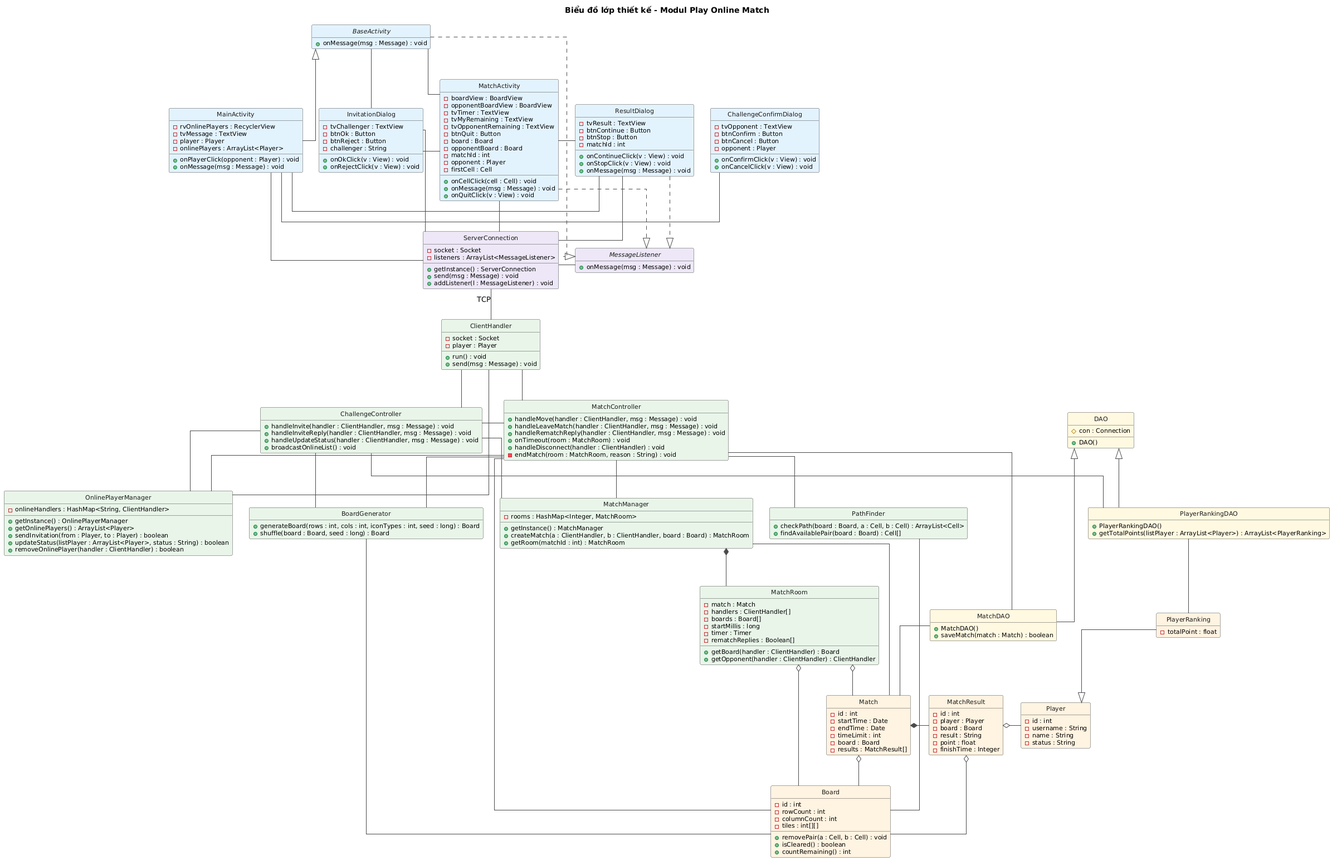
Above: docs/uml/pha3/class-design-m4.png in VattenL/mobile-pikachu (PlantUML), before the change.
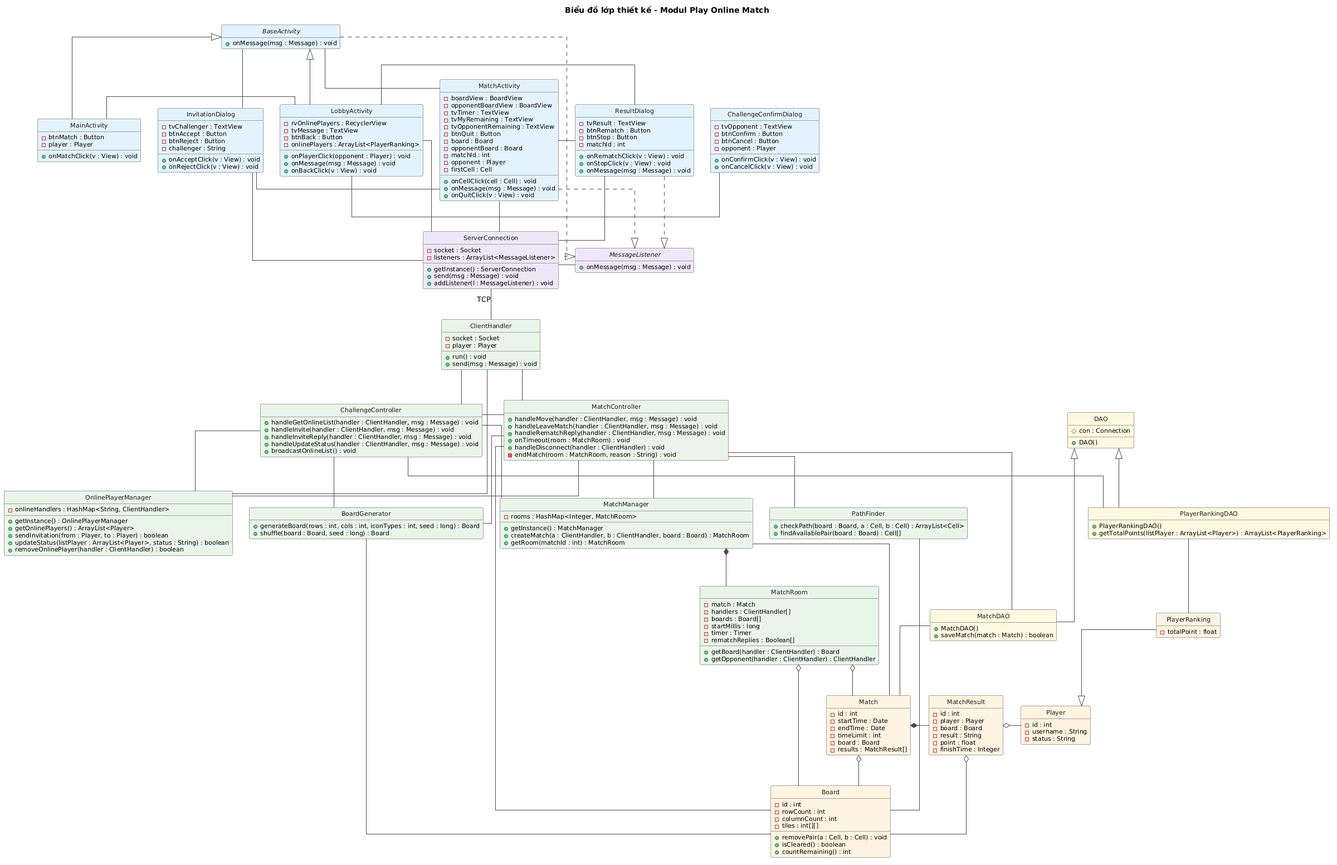
Later version of the same file.

Change to the diagram source:
```diff
@@ -29,20 +29,27 @@
 }
 
 class MainActivity #E3F2FD {
+  - btnMatch : Button
+  - player : Player
+  + onMatchClick(v : View) : void
+}
+
+class LobbyActivity #E3F2FD {
   - rvOnlinePlayers : RecyclerView
   - tvMessage : TextView
-  - player : Player
-  - onlinePlayers : ArrayList<Player>
+  - btnBack : Button
+  - onlinePlayers : ArrayList<PlayerRanking>
   + onPlayerClick(opponent : Player) : void
   + onMessage(msg : Message) : void
+  + onBackClick(v : View) : void
 }
 
 class InvitationDialog #E3F2FD {
   - tvChallenger : TextView
-  - btnOk : Button
+  - btnAccept : Button
   - btnReject : Button
   - challenger : String
-  + onOkClick(v : View) : void
+  + onAcceptClick(v : View) : void
   + onRejectClick(v : View) : void
 }
 
@@ -65,10 +72,10 @@
 
 class ResultDialog #E3F2FD {
   - tvResult : TextView
-  - btnContinue : Button
+  - btnRematch : Button
   - btnStop : Button
   - matchId : int
-  + onContinueClick(v : View) : void
+  + onRematchClick(v : View) : void
   + onStopClick(v : View) : void
   + onMessage(msg : Message) : void
 }
@@ -93,6 +100,7 @@
 }
 
 class ChallengeController #E8F5E9 {
+  + handleGetOnlineList(handler : ClientHandler, msg : Message) : void
   + handleInvite(handler : ClientHandler, msg : Message) : void
   + handleInviteReply(handler : ClientHandler, msg : Message) : void
   + handleUpdateStatus(handler : ClientHandler, msg : Message) : void
@@ -163,7 +171,6 @@
 class Player #FFF3E0 {
   - id : int
   - username : String
-  - name : String
   - status : String
 }
 
@@ -199,18 +206,20 @@
   + countRemaining() : int
 }
 
-MainActivity -left- ChallengeConfirmDialog
+MainActivity -right- LobbyActivity
+LobbyActivity -left- ChallengeConfirmDialog
 BaseActivity -right- InvitationDialog
 InvitationDialog -right- MatchActivity
 MatchActivity -right- ResultDialog
-ResultDialog -[norank]- MainActivity
+ResultDialog -[norank]- LobbyActivity
 MainActivity -up-|> BaseActivity
+LobbyActivity -up-|> BaseActivity
 BaseActivity ..|> MessageListener
 MatchActivity ..|> MessageListener
 ResultDialog ..|> MessageListener
 BaseActivity -[norank]- MatchActivity
 
-MainActivity -down- ServerConnection
+LobbyActivity -down- ServerConnection
 InvitationDialog -down- ServerConnection
 MatchActivity -down- ServerConnection
 ResultDialog -down- ServerConnection
```
